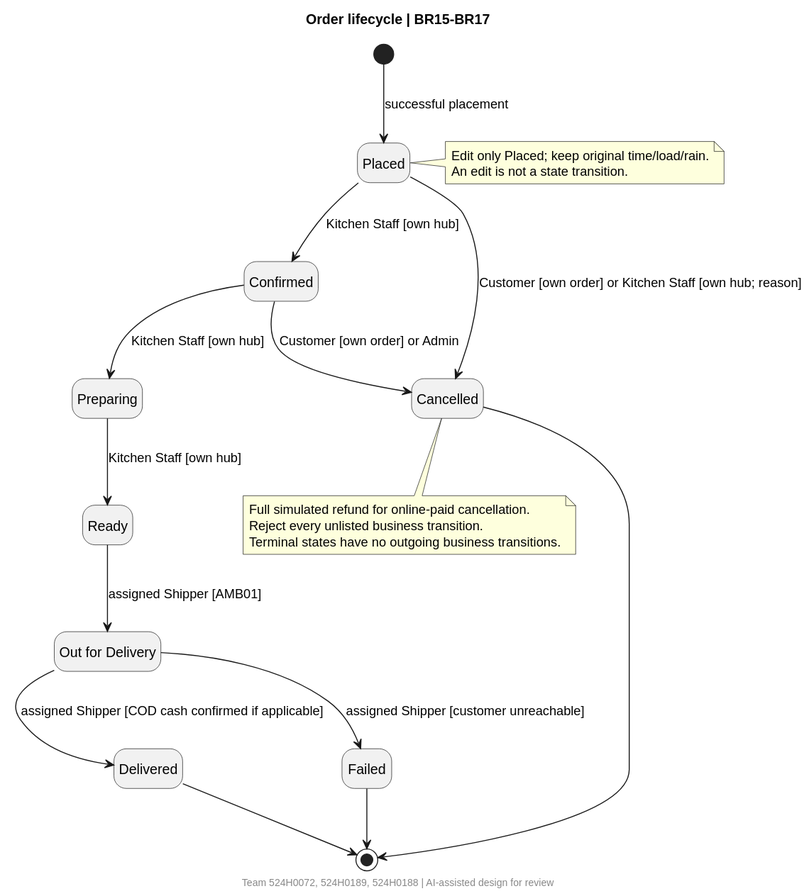
Earlier version of the PlantUML export docs/part2/diagrams/order-state.svg (rumnopro0809/saigonbite-group3).
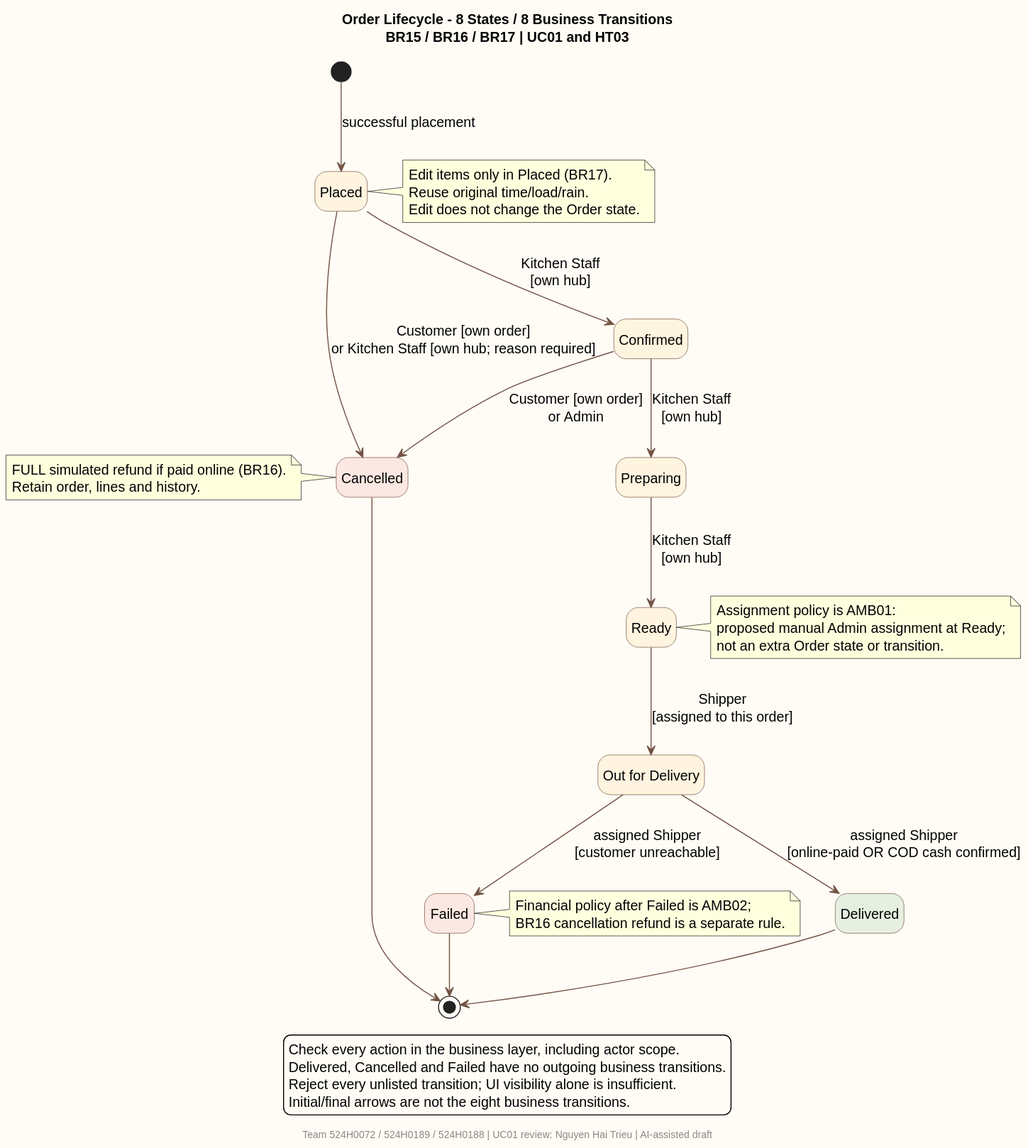
Later version of the same file.

The edit, as a diff of the source:
```diff
@@ -1,27 +1,56 @@
 @startuml
-title Order lifecycle | BR15-BR17
-footer Team 524H0072, 524H0189, 524H0188 | AI-assisted design for review
+title Order Lifecycle - 8 States / 8 Business Transitions\nBR15 / BR16 / BR17 | UC01 and HT03
+footer Team 524H0072 / 524H0189 / 524H0188 | UC01 review: Nguyen Hai Trieu | AI-assisted draft
+skinparam backgroundColor #FFFCF5
+skinparam shadowing false
+skinparam defaultFontName SansSerif
+skinparam defaultFontSize 14
+skinparam stateBackgroundColor #FFF4DF
+skinparam stateBorderColor #735344
+skinparam ArrowColor #735344
 hide empty description
+state Placed
+state Confirmed
+state Preparing
+state Ready
 state "Out for Delivery" as Out
+state Delivered #E6F0E1
+state Cancelled #FCE8E2
+state Failed #FCE8E2
 [*] --> Placed : successful placement
-Placed --> Confirmed : Kitchen Staff [own hub]
-Placed --> Cancelled : Customer [own order] or Kitchen Staff [own hub; reason]
-Confirmed --> Preparing : Kitchen Staff [own hub]
-Confirmed --> Cancelled : Customer [own order] or Admin
-Preparing --> Ready : Kitchen Staff [own hub]
-Ready --> Out : assigned Shipper [AMB01]
-Out --> Delivered : assigned Shipper [COD cash confirmed if applicable]
-Out --> Failed : assigned Shipper [customer unreachable]
+Placed --> Confirmed : Kitchen Staff\n[own hub]
+Placed --> Cancelled : Customer [own order]\nor Kitchen Staff [own hub; reason required]
+Confirmed --> Preparing : Kitchen Staff\n[own hub]
+Confirmed --> Cancelled : Customer [own order]\nor Admin
+Preparing --> Ready : Kitchen Staff\n[own hub]
+Ready --> Out : Shipper\n[assigned to this order]
+Out --> Delivered : assigned Shipper\n[online-paid OR COD cash confirmed]
+Out --> Failed : assigned Shipper\n[customer unreachable]
 Delivered --> [*]
 Cancelled --> [*]
 Failed --> [*]
 note right of Placed
-Edit only Placed; keep original time/load/rain.
-An edit is not a state transition.
+  Edit items only in Placed (BR17).
+  Reuse original time/load/rain.
+  Edit does not change the Order state.
 end note
-note bottom of Cancelled
-Full simulated refund for online-paid cancellation.
-Reject every unlisted business transition.
-Terminal states have no outgoing business transitions.
+note right of Ready
+  Assignment policy is AMB01:
+  proposed manual Admin assignment at Ready;
+  not an extra Order state or transition.
 end note
+note left of Cancelled
+  FULL simulated refund if paid online (BR16).
+  Retain order, lines and history.
+end note
+note right of Failed
+  Financial policy after Failed is AMB02;
+  BR16 cancellation refund is a separate rule.
+end note
+legend bottom
+  Check every action in the business layer, including actor scope.
+  Delivered, Cancelled and Failed have no outgoing business transitions.
+  Reject every unlisted transition; UI visibility alone is insufficient.
+  Initial/final arrows are not the eight business transitions.
+endlegend
 @enduml
```
